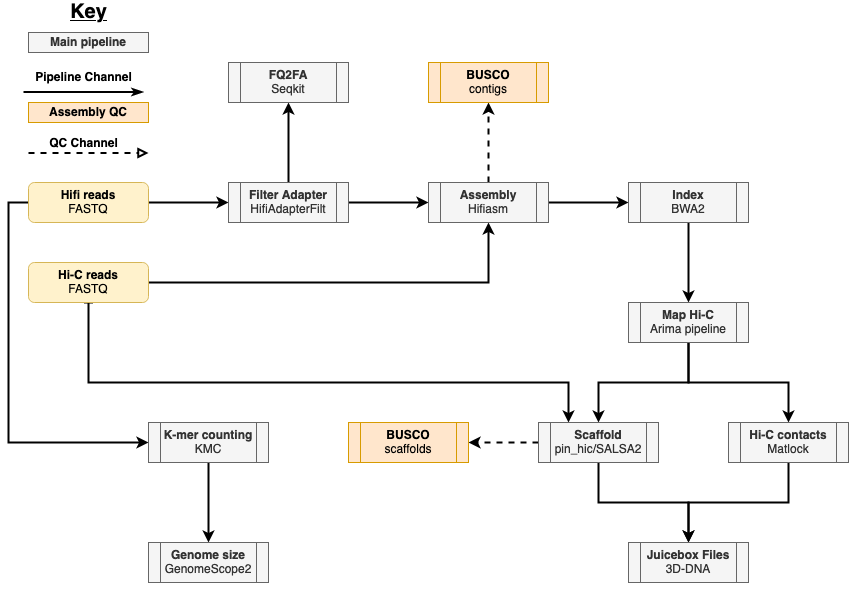
Before: misc/figures/assembly-flow.png, a diagram exported from draw.io (a-lud/nf-pipelines). Source tidied: cells renumbered, new cells last; positions are measured from the earlier drawing's top-left corner, leaving out a move shared by most shapes.
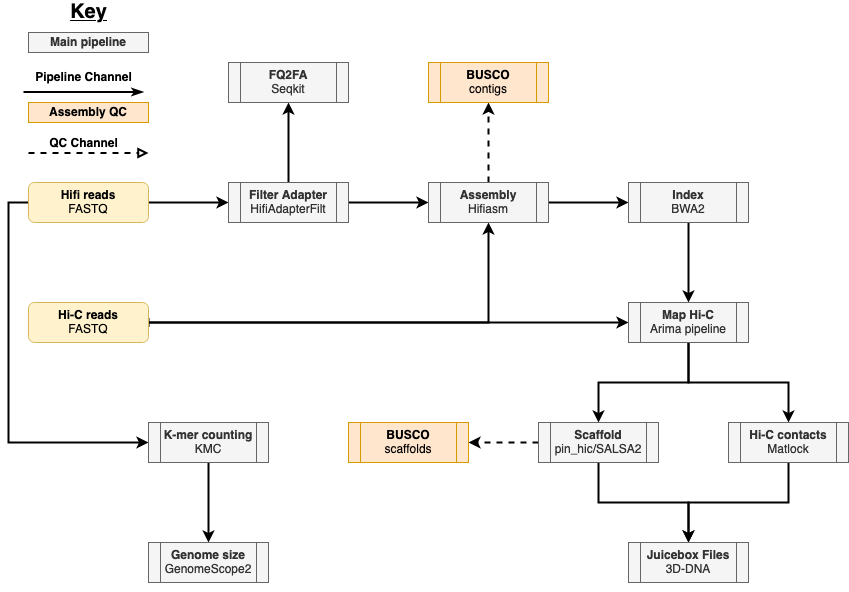
The same diagram one commit later.

The edit, as a diff of the source:
```diff
@@ -41,16 +41,11 @@
     <mxCell id="12" style="edgeStyle=orthogonalEdgeStyle;rounded=0;jettySize=auto;html=1;entryX=0.5;entryY=1;entryDx=0;entryDy=0;strokeWidth=2;" parent="1" edge="1" source="14" target="21">
       <mxGeometry relative="1" as="geometry" />
     </mxCell>
-    <mxCell id="13" style="edgeStyle=orthogonalEdgeStyle;rounded=0;jettySize=auto;html=1;entryX=0.25;entryY=0;entryDx=0;entryDy=0;startArrow=baseDash;startFill=0;strokeWidth=2;" parent="1" edge="1" source="14" target="32">
-      <mxGeometry relative="1" as="geometry">
-        <Array as="points">
-          <mxPoint x="65" y="380" />
-          <mxPoint x="545" y="380" />
-        </Array>
-      </mxGeometry>
-    </mxCell>
+    <mxCell id="39" style="edgeStyle=orthogonalEdgeStyle;rounded=0;jettySize=auto;html=1;entryX=0;entryY=0.5;entryDx=0;entryDy=0;startArrow=baseDash;startFill=0;strokeWidth=2;" parent="1" edge="1" source="14" target="27">
+      <mxGeometry relative="1" as="geometry" />
+    </mxCell>
     <mxCell id="14" value="&lt;div&gt;&lt;b&gt;Hi-C reads &lt;/b&gt;&lt;br&gt;&lt;/div&gt;&lt;div&gt;FASTQ&lt;/div&gt;" style="rounded=1;whiteSpace=wrap;html=1;fontSize=12;glass=0;strokeWidth=1;shadow=0;fillColor=#fff2cc;strokeColor=#d6b656;" parent="1" vertex="1">
-      <mxGeometry x="5" y="260" width="120" height="40" as="geometry" />
+      <mxGeometry x="5" y="300" width="120" height="40" as="geometry" />
     </mxCell>
     <mxCell id="15" style="edgeStyle=orthogonalEdgeStyle;rounded=0;jettySize=auto;html=1;entryX=0.5;entryY=1;entryDx=0;entryDy=0;strokeWidth=2;" parent="1" edge="1" source="17" target="18">
       <mxGeometry relative="1" as="geometry" />
```
